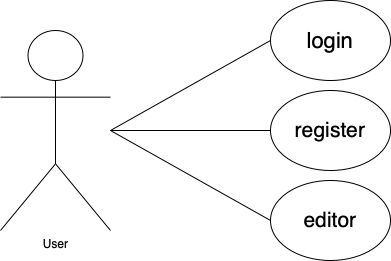
Before: use-case.drawio.png, a diagram exported from draw.io (rijiuqiu/NoteBook). Source tidied: cells renumbered, new cells last; positions are measured from the earlier drawing's top-left corner, leaving out a move shared by most shapes.
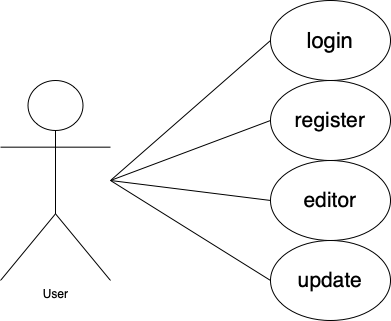
Above is the later version.

What changed in the source:
```diff
@@ -3,32 +3,39 @@
     <mxCell id="0" />
     <mxCell id="1" parent="0" />
     <mxCell id="2" value="User" style="shape=umlActor;html=1;verticalLabelPosition=bottom;verticalAlign=top;align=center;" parent="1" vertex="1">
-      <mxGeometry y="30" width="110" height="200" as="geometry" />
+      <mxGeometry y="85" width="110" height="200" as="geometry" />
     </mxCell>
-    <mxCell id="3" style="endArrow=none;html=1;rounded=0;" parent="1" edge="1">
+    <mxCell id="3" style="endArrow=none;html=1;rounded=0;entryX=0;entryY=0.5;entryDx=0;entryDy=0;" parent="1" edge="1" target="5">
       <mxGeometry relative="1" as="geometry">
-        <mxPoint x="110" y="130" as="sourcePoint" />
-        <mxPoint x="270" y="40" as="targetPoint" />
+        <mxPoint x="110" y="185" as="sourcePoint" />
       </mxGeometry>
     </mxCell>
     <mxCell id="4" style="endArrow=none;html=1;rounded=0;entryX=0;entryY=0.5;entryDx=0;entryDy=0;" parent="1" edge="1" target="7">
       <mxGeometry relative="1" as="geometry">
-        <mxPoint x="110" y="130" as="sourcePoint" />
+        <mxPoint x="110" y="185" as="sourcePoint" />
       </mxGeometry>
     </mxCell>
     <mxCell id="5" value="&lt;p&gt;&lt;font style=&quot;font-size: 22px;&quot;&gt;login&lt;/font&gt;&lt;/p&gt;" style="ellipse;whiteSpace=wrap;html=1;fontFamily=Helvetica;" parent="1" vertex="1">
-      <mxGeometry x="270" width="120" height="80" as="geometry" />
+      <mxGeometry x="270" y="5" width="120" height="80" as="geometry" />
     </mxCell>
     <mxCell id="6" value="&lt;font style=&quot;font-size: 21px;&quot;&gt;register&lt;/font&gt;" style="ellipse;whiteSpace=wrap;html=1;" parent="1" vertex="1">
-      <mxGeometry x="270" y="90" width="120" height="80" as="geometry" />
+      <mxGeometry x="270" y="85" width="120" height="80" as="geometry" />
     </mxCell>
     <mxCell id="7" value="&lt;font style=&quot;font-size: 21px;&quot;&gt;editor&lt;/font&gt;" style="ellipse;whiteSpace=wrap;html=1;" parent="1" vertex="1">
-      <mxGeometry x="270" y="180" width="120" height="80" as="geometry" />
+      <mxGeometry x="270" y="165" width="120" height="80" as="geometry" />
     </mxCell>
     <mxCell id="8" style="endArrow=none;html=1;rounded=0;entryX=0;entryY=0.5;entryDx=0;entryDy=0;" parent="1" edge="1" target="6">
       <mxGeometry relative="1" as="geometry">
-        <mxPoint x="110" y="130" as="sourcePoint" />
+        <mxPoint x="110" y="185" as="sourcePoint" />
       </mxGeometry>
     </mxCell>
+    <mxCell id="9" value="&lt;span style=&quot;font-size: 21px;&quot;&gt;update&lt;/span&gt;" style="ellipse;whiteSpace=wrap;html=1;" parent="1" vertex="1">
+      <mxGeometry x="270" y="245" width="120" height="80" as="geometry" />
+    </mxCell>
+    <mxCell id="10" style="endArrow=none;html=1;rounded=0;fontFamily=Helvetica;fontSize=12;exitX=0;exitY=0.5;exitDx=0;exitDy=0;" parent="1" edge="1" source="9">
+      <mxGeometry relative="1" as="geometry">
+        <mxPoint x="110" y="185" as="targetPoint" />
+      </mxGeometry>
+    </mxCell>
   </root>
 </mxGraphModel>
```
